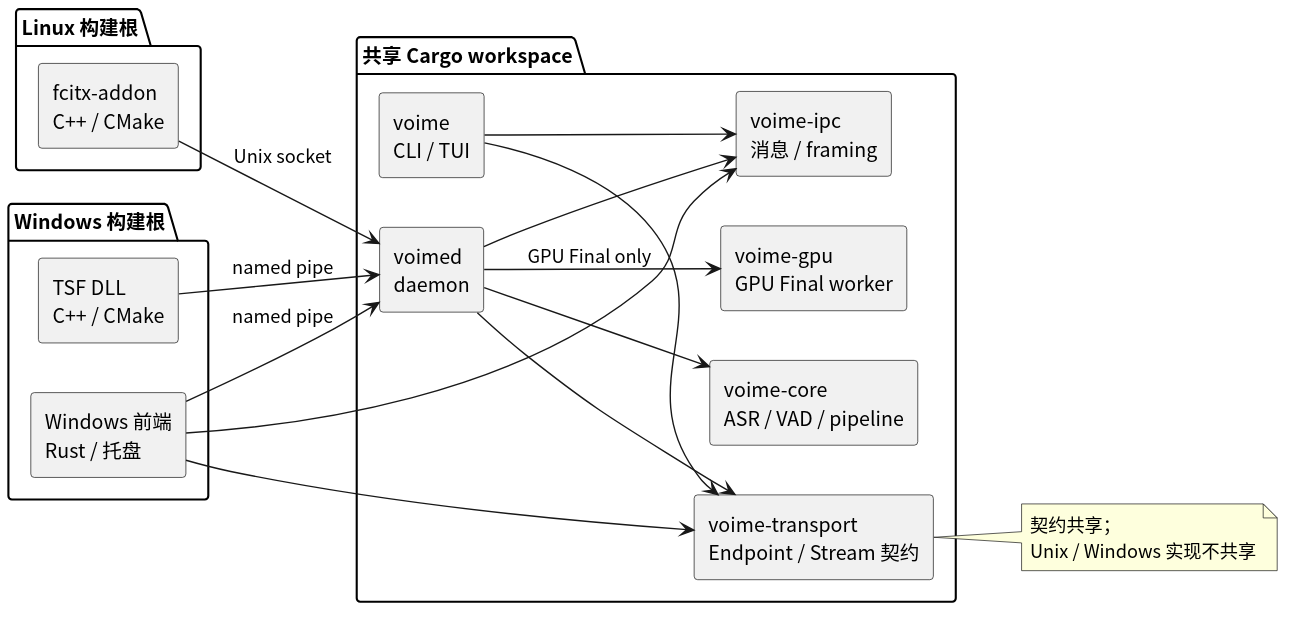
Above: diagram/platform-boundaries.svg in 54m43lJ/voime (PlantUML), before the change.
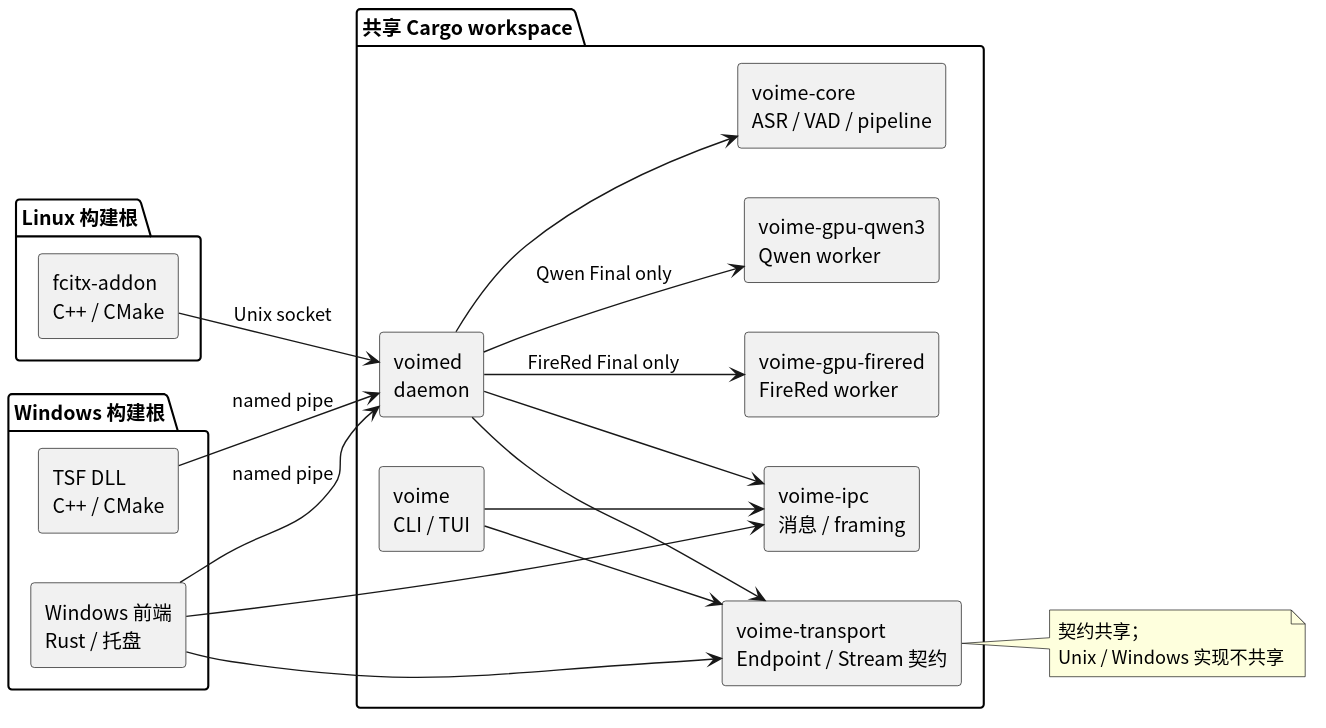
After the change.

What changed in the source:
```diff
@@ -10,7 +10,8 @@
   component "voime-transport\nEndpoint / Stream 契约" as Transport
   component "voimed\ndaemon" as Daemon
   component "voime\nCLI / TUI" as Cli
-  component "voime-gpu\nGPU Final worker" as Gpu
+  component "voime-gpu-firered\nFireRed worker" as FireRed
+  component "voime-gpu-qwen3\nQwen worker" as Qwen
 }
 
 package "Linux 构建根" {
@@ -26,7 +27,8 @@
 Win --> Daemon : named pipe
 Tsf --> Daemon : named pipe
 Daemon --> Core
-Daemon --> Gpu : GPU Final only
+Daemon --> FireRed : FireRed Final only
+Daemon --> Qwen : Qwen Final only
 Daemon --> Ipc
 Daemon --> Transport
 Cli --> Ipc
```
